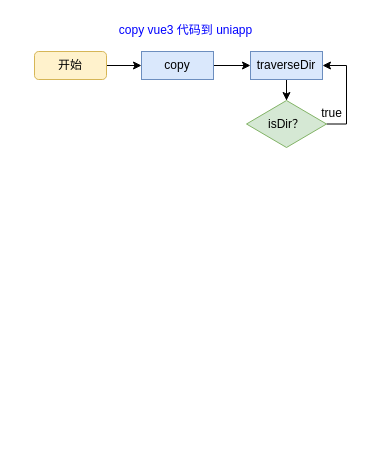
Above: page "Page-2" (2 of 2) of Untitled Diagram.drawio in jiushu531/z-pages (draw.io), before the change. Source tidied: cells renumbered, new cells numbered last; positions are measured from the earlier drawing's top-left corner, leaving out a move shared by most shapes. Both pictures are drawn from the tidied source at 100%, with x=0, y=0 at pixel (34, 17).
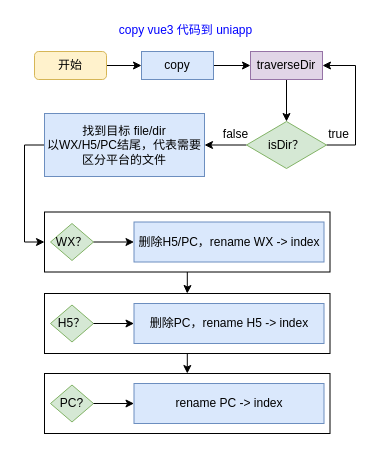
Above is the later version.

Diff of the diagram source:
```diff
@@
-    <mxCell id="8" value="traverseDir" style="rounded=0;whiteSpace=wrap;html=1;fillColor=#dae8fc;strokeColor=#6c8ebf;" parent="1" vertex="1">
+    <mxCell id="8" value="traverseDir" style="rounded=0;whiteSpace=wrap;html=1;fillColor=#e1d5e7;strokeColor=#9673a6;" parent="1" vertex="1">
       <mxGeometry x="216" y="34" width="72" height="28" as="geometry" />
     </mxCell>
     <mxCell id="9" style="edgeStyle=orthogonalEdgeStyle;rounded=0;jettySize=auto;html=1;exitX=1;exitY=0.5;exitDx=0;exitDy=0;entryX=1;entryY=0.5;entryDx=0;entryDy=0;" parent="1" edge="1" source="10" target="8">
-      <mxGeometry relative="1" as="geometry" />
+      <mxGeometry relative="1" as="geometry">
+        <Array as="points">
+          <mxPoint x="321" y="128" />
+          <mxPoint x="321" y="48" />
+        </Array>
+      </mxGeometry>
     </mxCell>
+    <mxCell id="12" style="edgeStyle=orthogonalEdgeStyle;rounded=0;jettySize=auto;html=1;exitX=0;exitY=0.5;exitDx=0;exitDy=0;entryX=1;entryY=0.5;entryDx=0;entryDy=0;" parent="1" edge="1" source="10" target="14">
+      <mxGeometry relative="1" as="geometry" />
+    </mxCell>
     <mxCell id="10" value="isDir？" style="rhombus;whiteSpace=wrap;html=1;rounded=0;fillColor=#d5e8d4;strokeColor=#82b366;" parent="1" vertex="1">
-      <mxGeometry x="212" y="83" width="80" height="47" as="geometry" />
+      <mxGeometry x="212" y="104" width="80" height="47" as="geometry" />
     </mxCell>
     <mxCell id="11" value="true" style="text;html=1;align=center;verticalAlign=middle;strokeColor=none;fillColor=none;" parent="1" vertex="1">
-      <mxGeometry x="277" y="83" width="39" height="26" as="geometry" />
+      <mxGeometry x="284" y="104" width="39" height="26" as="geometry" />
     </mxCell>
+    <mxCell id="13" style="edgeStyle=orthogonalEdgeStyle;rounded=0;jettySize=auto;html=1;exitX=0;exitY=0.5;exitDx=0;exitDy=0;entryX=0;entryY=0.5;entryDx=0;entryDy=0;" parent="1" edge="1" source="14" target="17">
+      <mxGeometry relative="1" as="geometry">
+        <Array as="points">
+          <mxPoint x="-10" y="128" />
+          <mxPoint x="-10" y="224" />
+        </Array>
+      </mxGeometry>
+    </mxCell>
+    <mxCell id="14" value="找到目标 file/dir&lt;br&gt;以WX/H5/PC结尾，代表需要区分平台的文件" style="rounded=0;whiteSpace=wrap;html=1;fillColor=#dae8fc;strokeColor=#6c8ebf;" parent="1" vertex="1">
+      <mxGeometry x="10" y="96" width="160" height="63" as="geometry" />
+    </mxCell>
+    <mxCell id="15" value="false" style="text;html=1;align=center;verticalAlign=middle;strokeColor=none;fillColor=none;" parent="1" vertex="1">
+      <mxGeometry x="176" y="102" width="50" height="30" as="geometry" />
+    </mxCell>
+    <mxCell id="16" style="group;" parent="1" vertex="1">
+      <mxGeometry x="10" y="194.5" width="285.5" height="60" as="geometry" />
+    </mxCell>
+    <mxCell id="17" style="rounded=0;whiteSpace=wrap;html=1;" parent="16" vertex="1">
+      <mxGeometry width="285.5" height="60" as="geometry" />
+    </mxCell>
+    <mxCell id="18" value="WX？" style="rhombus;whiteSpace=wrap;html=1;rounded=0;fillColor=#d5e8d4;strokeColor=#82b366;" parent="16" vertex="1">
+      <mxGeometry x="6" y="11.5" width="43" height="37" as="geometry" />
+    </mxCell>
+    <mxCell id="19" value="删除H5/PC，rename WX -&amp;gt; index" style="rounded=0;whiteSpace=wrap;html=1;fillColor=#dae8fc;strokeColor=#6c8ebf;" parent="16" vertex="1">
+      <mxGeometry x="89.5" y="10" width="190" height="40" as="geometry" />
+    </mxCell>
+    <mxCell id="20" style="edgeStyle=orthogonalEdgeStyle;rounded=0;jettySize=auto;html=1;exitX=1;exitY=0.5;exitDx=0;exitDy=0;entryX=0;entryY=0.5;entryDx=0;entryDy=0;" parent="16" edge="1" source="18" target="19">
+      <mxGeometry relative="1" as="geometry" />
+    </mxCell>
+    <mxCell id="21" style="group;" parent="1" vertex="1">
+      <mxGeometry x="10" y="356" width="285.5" height="60" as="geometry" />
+    </mxCell>
+    <mxCell id="22" style="rounded=0;whiteSpace=wrap;html=1;" parent="21" vertex="1">
+      <mxGeometry width="285.5" height="60" as="geometry" />
+    </mxCell>
+    <mxCell id="23" value="PC?" style="rhombus;whiteSpace=wrap;html=1;rounded=0;fillColor=#d5e8d4;strokeColor=#82b366;" parent="21" vertex="1">
+      <mxGeometry x="6" y="11.5" width="43" height="37" as="geometry" />
+    </mxCell>
+    <mxCell id="24" value="rename PC -&amp;gt; index" style="rounded=0;whiteSpace=wrap;html=1;fillColor=#dae8fc;strokeColor=#6c8ebf;" parent="21" vertex="1">
+      <mxGeometry x="89.5" y="10" width="190" height="40" as="geometry" />
+    </mxCell>
+    <mxCell id="25" style="edgeStyle=orthogonalEdgeStyle;rounded=0;jettySize=auto;html=1;exitX=1;exitY=0.5;exitDx=0;exitDy=0;entryX=0;entryY=0.5;entryDx=0;entryDy=0;" parent="21" edge="1" source="23" target="24">
+      <mxGeometry relative="1" as="geometry" />
+    </mxCell>
+    <mxCell id="26" style="group;" parent="1" vertex="1">
+      <mxGeometry x="10" y="276" width="285.5" height="60" as="geometry" />
+    </mxCell>
+    <mxCell id="27" style="rounded=0;whiteSpace=wrap;html=1;" parent="26" vertex="1">
+      <mxGeometry width="285.5" height="60" as="geometry" />
+    </mxCell>
+    <mxCell id="28" value="H5？" style="rhombus;whiteSpace=wrap;html=1;rounded=0;fillColor=#d5e8d4;strokeColor=#82b366;" parent="26" vertex="1">
+      <mxGeometry x="6" y="11.5" width="43" height="37" as="geometry" />
+    </mxCell>
+    <mxCell id="29" value="删除PC，rename H5 -&amp;gt; index" style="rounded=0;whiteSpace=wrap;html=1;fillColor=#dae8fc;strokeColor=#6c8ebf;" parent="26" vertex="1">
+      <mxGeometry x="89.5" y="10" width="190" height="40" as="geometry" />
+    </mxCell>
+    <mxCell id="30" style="edgeStyle=orthogonalEdgeStyle;rounded=0;jettySize=auto;html=1;exitX=1;exitY=0.5;exitDx=0;exitDy=0;entryX=0;entryY=0.5;entryDx=0;entryDy=0;" parent="26" edge="1" source="28" target="29">
+      <mxGeometry relative="1" as="geometry" />
+    </mxCell>
+    <mxCell id="31" style="edgeStyle=orthogonalEdgeStyle;rounded=0;jettySize=auto;html=1;entryX=0.5;entryY=0;entryDx=0;entryDy=0;" parent="1" edge="1" source="17" target="27">
+      <mxGeometry relative="1" as="geometry" />
+    </mxCell>
+    <mxCell id="32" style="edgeStyle=orthogonalEdgeStyle;rounded=0;jettySize=auto;html=1;entryX=0.5;entryY=0;entryDx=0;entryDy=0;" parent="1" edge="1" source="27" target="22">
+      <mxGeometry relative="1" as="geometry" />
+    </mxCell>
```
